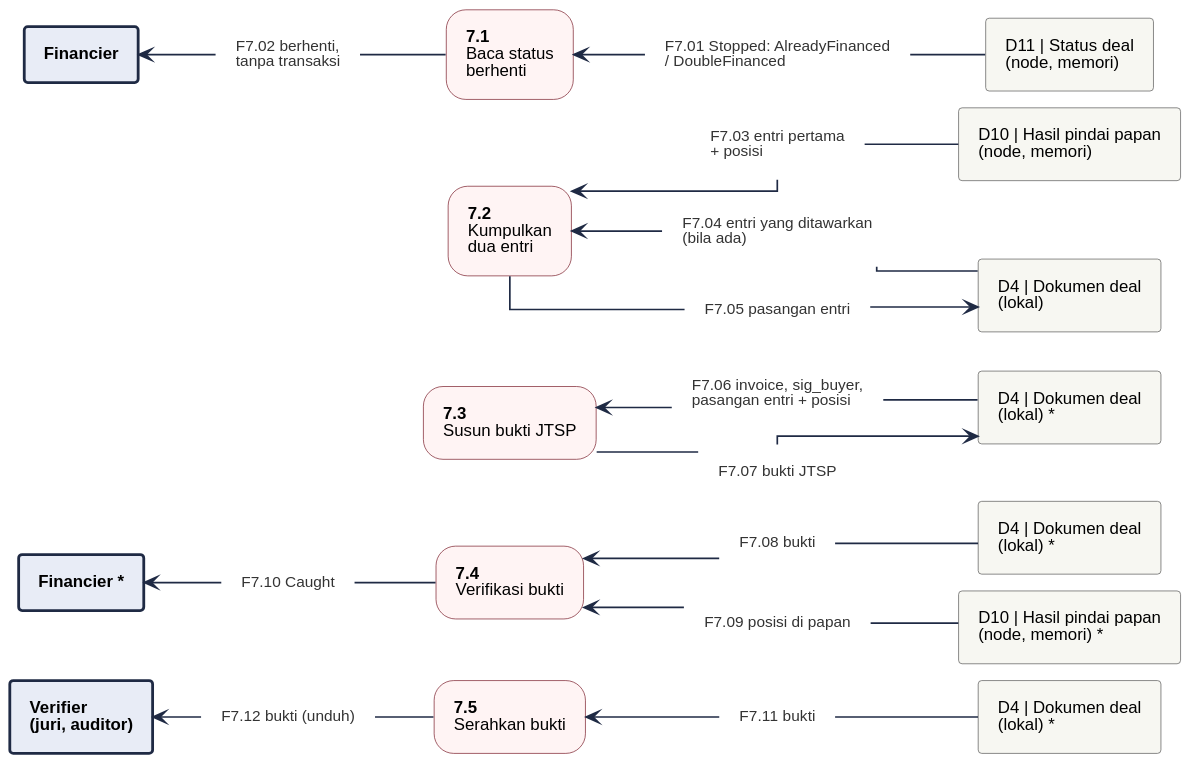
The PlantUML diagram 08-FlowDiagrams/assets/dfd-2-7.svg in JitsuinFi/jitsuinfi-vault, before a commit.
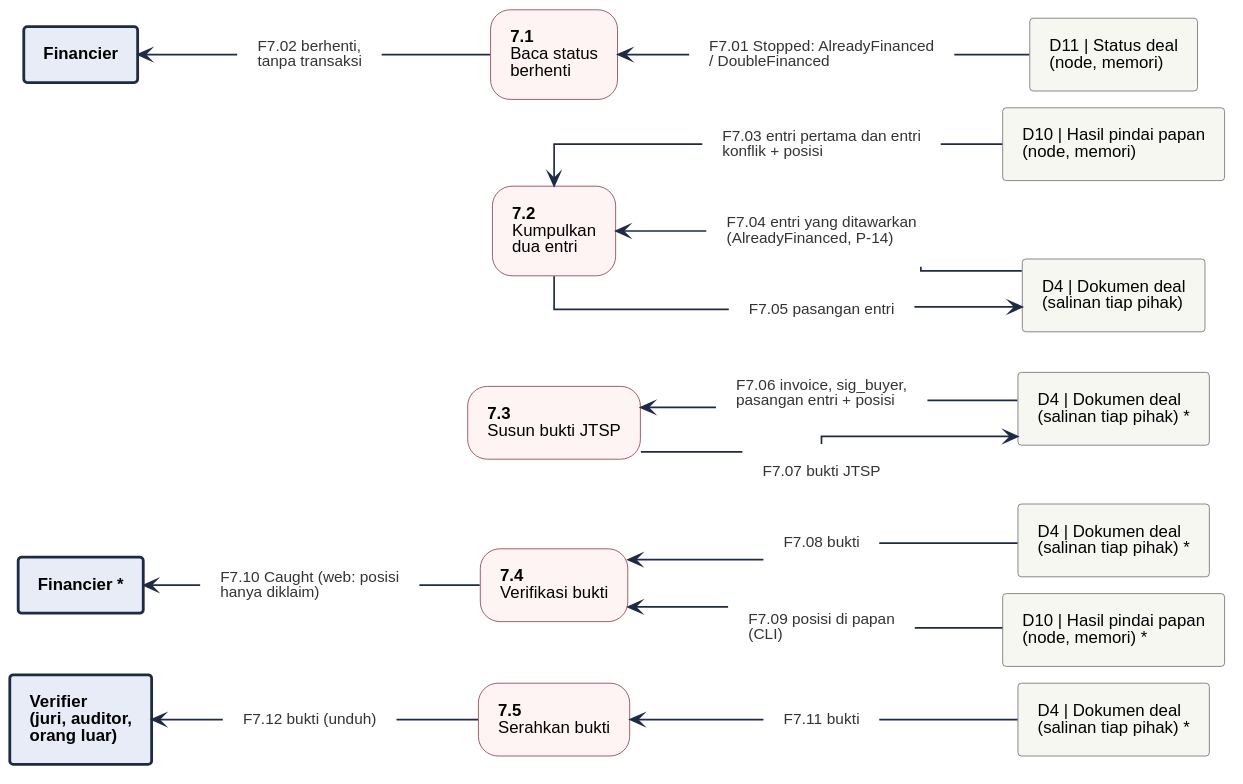
The same diagram one commit later.

The edit, as a diff of the source:
```diff
@@ -3,13 +3,13 @@
 left to right direction
 skinparam nodesep 12
 skinparam ranksep 35
-rectangle "Verifier\n(juri, auditor)" <<entity>> as V_5
-rectangle "D4 | Dokumen deal\n(lokal) *" <<store>> as D4_5
+rectangle "Verifier\n(juri, auditor,\norang luar)" <<entity>> as V_5
+rectangle "D4 | Dokumen deal\n(salinan tiap pihak) *" <<store>> as D4_5
 rectangle "Financier *" <<entity>> as F_4
 rectangle "D10 | Hasil pindai papan\n(node, memori) *" <<store>> as D10_4
-rectangle "D4 | Dokumen deal\n(lokal) *" <<store>> as D4_4
-rectangle "D4 | Dokumen deal\n(lokal) *" <<store>> as D4_3
-rectangle "D4 | Dokumen deal\n(lokal)" <<store>> as D4_2
+rectangle "D4 | Dokumen deal\n(salinan tiap pihak) *" <<store>> as D4_4
+rectangle "D4 | Dokumen deal\n(salinan tiap pihak) *" <<store>> as D4_3
+rectangle "D4 | Dokumen deal\n(salinan tiap pihak)" <<store>> as D4_2
 rectangle "D10 | Hasil pindai papan\n(node, memori)" <<store>> as D10_2
 rectangle "Financier" <<entity>> as F_1
 rectangle "D11 | Status deal\n(node, memori)" <<store>> as D11_1
@@ -20,14 +20,14 @@
 rectangle "**7.1**\nBaca status\nberhenti" <<process>> as P1
 rectangle "F7.01 Stopped: AlreadyFinanced\n/ DoubleFinanced" <<flow>> as f_F7_01
 rectangle "F7.02 berhenti,\ntanpa transaksi" <<flow>> as f_F7_02
-rectangle "F7.03 entri pertama\n+ posisi" <<flow>> as f_F7_03
-rectangle "F7.04 entri yang ditawarkan\n(bila ada)" <<flow>> as f_F7_04
+rectangle "F7.03 entri pertama dan entri\nkonflik + posisi" <<flow>> as f_F7_03
+rectangle "F7.04 entri yang ditawarkan\n(AlreadyFinanced, P-14)" <<flow>> as f_F7_04
 rectangle "F7.05 pasangan entri" <<flow>> as f_F7_05
 rectangle "F7.06 invoice, sig_buyer,\npasangan entri + posisi" <<flow>> as f_F7_06
 rectangle "F7.07 bukti JTSP" <<flow>> as f_F7_07
 rectangle "F7.08 bukti" <<flow>> as f_F7_08
-rectangle "F7.09 posisi di papan" <<flow>> as f_F7_09
-rectangle "F7.10 Caught" <<flow>> as f_F7_10
+rectangle "F7.09 posisi di papan\n(CLI)" <<flow>> as f_F7_09
+rectangle "F7.10 Caught (web: posisi\nhanya diklaim)" <<flow>> as f_F7_10
 rectangle "F7.11 bukti" <<flow>> as f_F7_11
 rectangle "F7.12 bukti (unduh)" <<flow>> as f_F7_12
 P1 <-- f_F7_01
```
